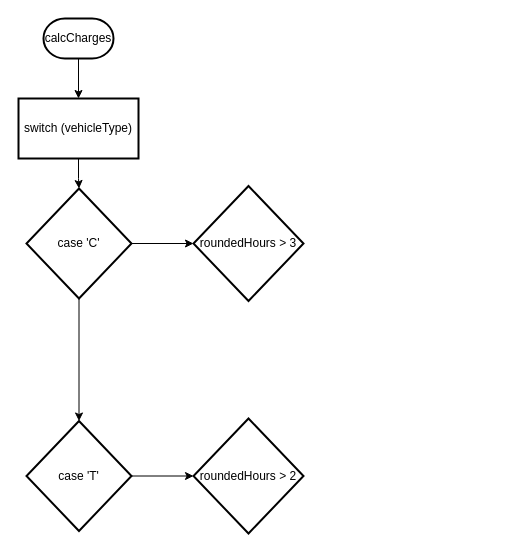
The draw.io diagram page "Page-3" (3 of 3) of score_avg.drawio in Jebbxrs/c_proj, before the edit. Source tidied: cells renumbered, new cells numbered last; positions are measured from the earlier drawing's top-left corner, leaving out a move shared by most shapes. Both pictures are drawn from the tidied source at 100%, with x=0, y=0 at pixel (18, 18).
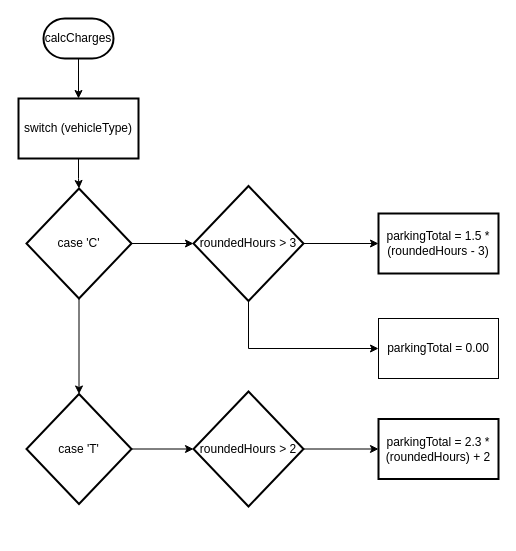
After the change.

Unchanged cells that the change refers to:
```xml
<mxCell id="9" value="roundedHours &amp;gt; 3" style="strokeWidth=2;html=1;shape=mxgraph.flowchart.decision;whiteSpace=wrap;" parent="1" vertex="1">
  <mxGeometry x="175" y="167.5" width="110" height="115" as="geometry" />
</mxCell>
```

Diff of the diagram source:
```diff
@@
+    <mxCell id="13" style="edgeStyle=orthogonalEdgeStyle;rounded=0;jettySize=auto;html=1;" parent="1" edge="1" source="9" target="16">
+      <mxGeometry relative="1" as="geometry" />
+    </mxCell>
+    <mxCell id="14" style="edgeStyle=orthogonalEdgeStyle;rounded=0;jettySize=auto;html=1;entryX=0;entryY=0.5;entryDx=0;entryDy=0;" parent="1" edge="1" source="9" target="17">
+      <mxGeometry relative="1" as="geometry">
+        <Array as="points">
+          <mxPoint x="230" y="330" />
+        </Array>
+      </mxGeometry>
+    </mxCell>
@@
     <mxCell id="11" value="case 'T'" style="rhombus;whiteSpace=wrap;html=1;strokeWidth=2;" parent="1" vertex="1">
-      <mxGeometry x="8" y="402.5" width="105" height="110" as="geometry" />
+      <mxGeometry x="8" y="375.5" width="105" height="110" as="geometry" />
     </mxCell>
+    <mxCell id="15" style="edgeStyle=orthogonalEdgeStyle;rounded=0;jettySize=auto;html=1;" parent="1" edge="1" source="12" target="18">
+      <mxGeometry relative="1" as="geometry" />
+    </mxCell>
     <mxCell id="12" value="roundedHours &amp;gt; 2" style="strokeWidth=2;html=1;shape=mxgraph.flowchart.decision;whiteSpace=wrap;" parent="1" vertex="1">
-      <mxGeometry x="175" y="400" width="110" height="115" as="geometry" />
+      <mxGeometry x="175" y="373" width="110" height="115" as="geometry" />
     </mxCell>
+    <mxCell id="16" value="parkingTotal = 1.5 * (roundedHours - 3)" style="whiteSpace=wrap;html=1;strokeWidth=2;" parent="1" vertex="1">
+      <mxGeometry x="360" y="195" width="120" height="60" as="geometry" />
+    </mxCell>
+    <mxCell id="17" value="parkingTotal = 0.00" style="rounded=0;whiteSpace=wrap;html=1;" parent="1" vertex="1">
+      <mxGeometry x="360" y="300" width="120" height="60" as="geometry" />
+    </mxCell>
+    <mxCell id="18" value="parkingTotal = 2.3 * (roundedHours) + 2" style="whiteSpace=wrap;html=1;strokeWidth=2;" parent="1" vertex="1">
+      <mxGeometry x="360" y="400.5" width="120" height="60" as="geometry" />
+    </mxCell>
```
